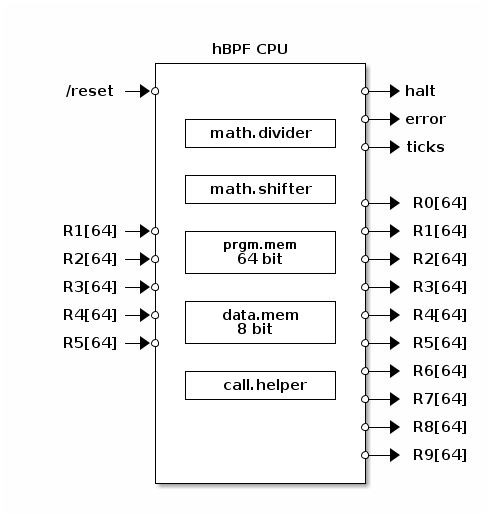
The PlantUML diagram doc/images/cpu.png in rprinz08/hBPF, before a commit. Its source is kept beside it as doc/cpu.plantuml.
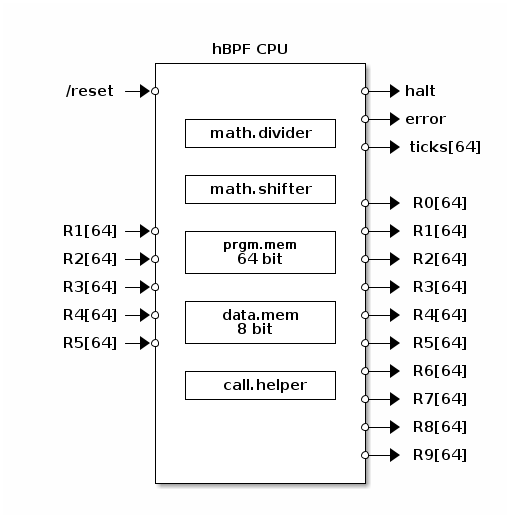
After the commit.

The edit, as a diff of the source:
```diff
@@ -8,7 +8,7 @@
              |                    |
              |  +--------------+  *-->error
              |  | math.divider |  |
-             |  +--------------+  *-->ticks
+             |  +--------------+  *-->ticks[64]
              |                    |
              |  +--------------+  |
              |  | math.shifter |  |
```
